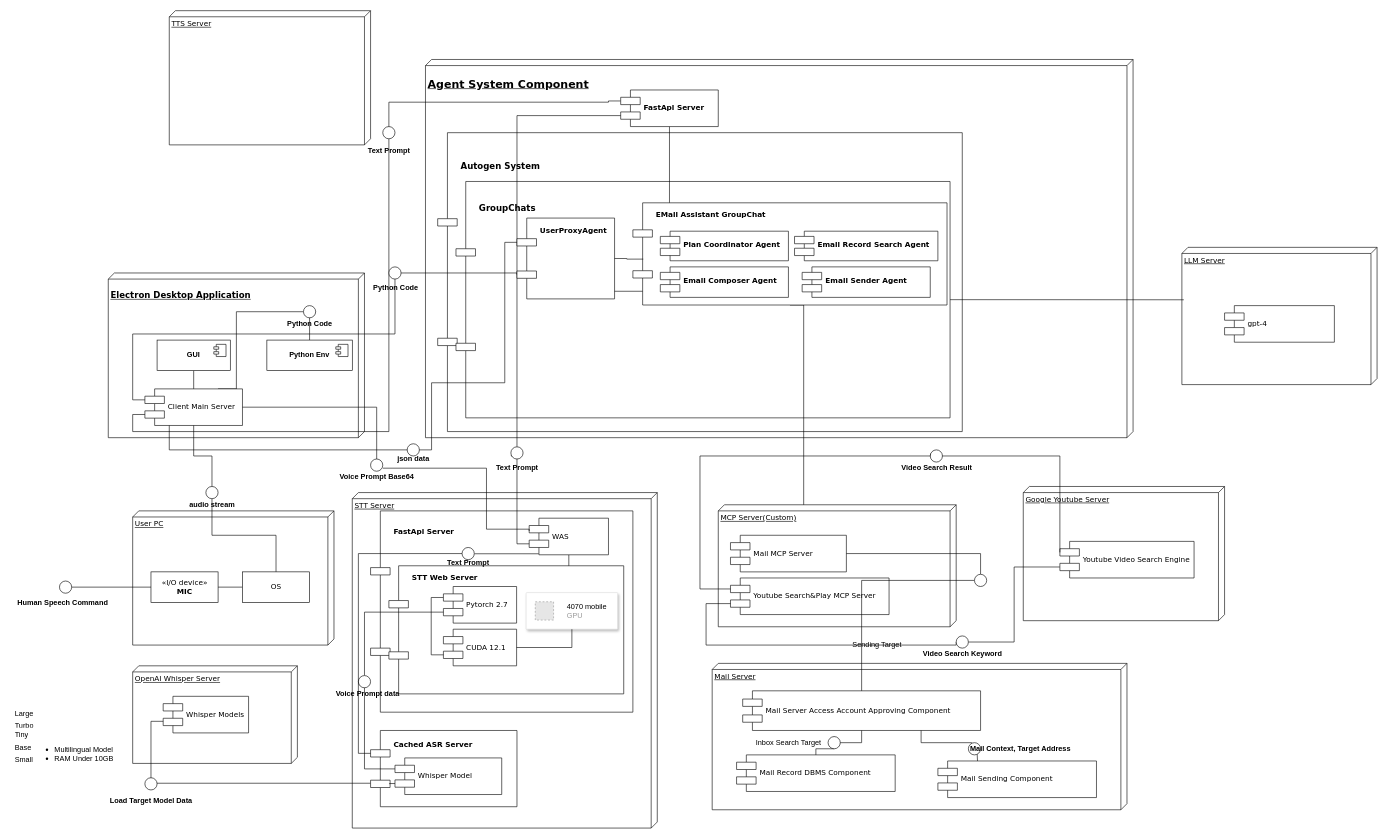
Earlier version of the draw.io diagram page "Page-1" (1 of 2) of Whole System Component Diagram.drawio (llooll20/testforgit). Source tidied: cells renumbered, new cells numbered last; positions are measured from the earlier drawing's top-left corner, leaving out a move shared by most shapes. Both pictures are drawn from the tidied source at 61%, with x=0, y=0 at pixel (10, 10). Pictures stored in the file or linked from it are replaced by grey dashed boxes.
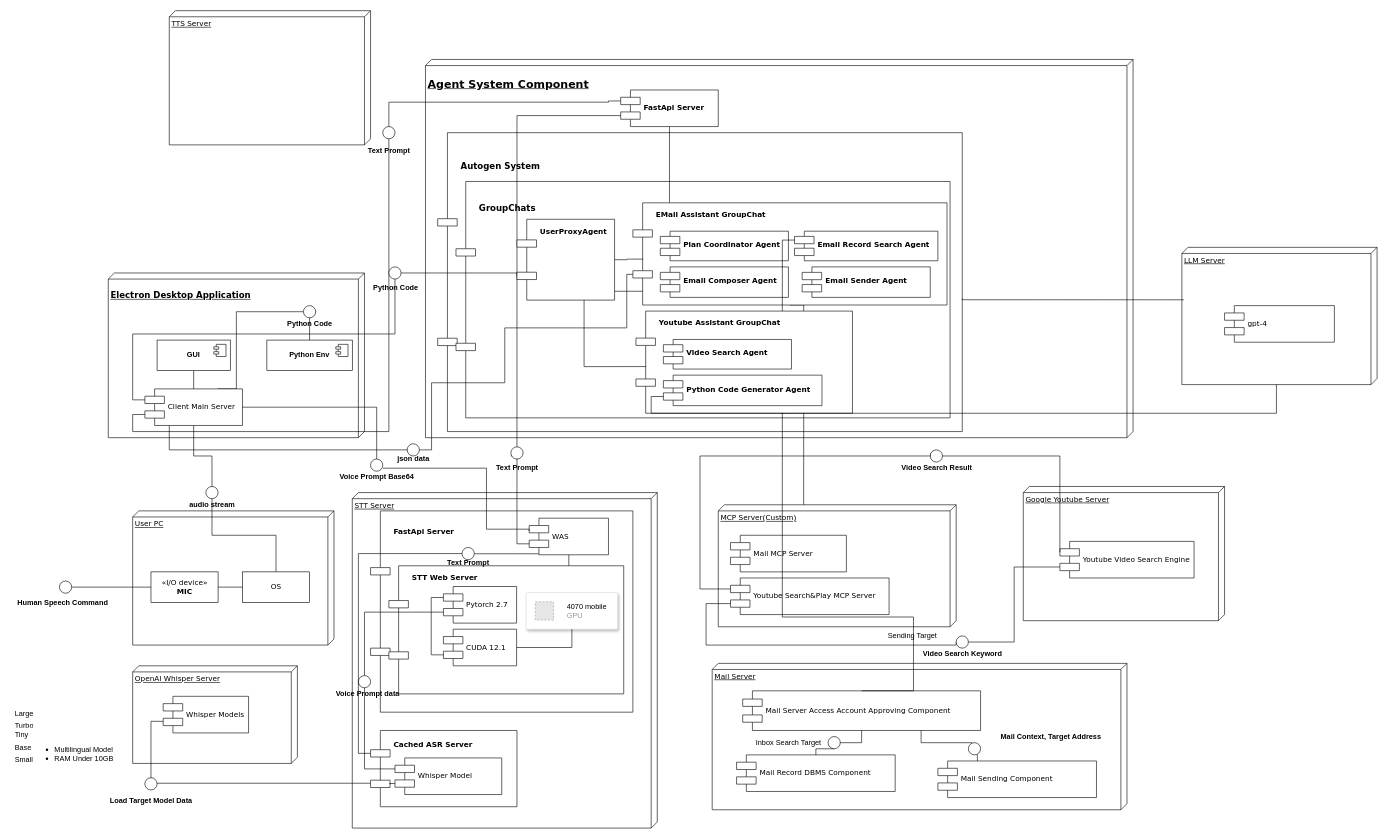
The same page after the edit.

The change refers to these unchanged cells:
```xml
<mxCell id="9" value="&lt;h3 style=&quot;padding-bottom: 380px;&quot;&gt;Autogen System&lt;/h3&gt;" style="shape=component;align=left;spacingLeft=36;rounded=0;shadow=0;comic=0;labelBackgroundColor=none;strokeWidth=1;fontFamily=Verdana;fontSize=12;html=1;" parent="1" vertex="1">
  <mxGeometry x="700" y="200" width="860" height="490" as="geometry" />
</mxCell>
<mxCell id="14" value="LLM Server" style="verticalAlign=top;align=left;spacingTop=8;spacingLeft=2;spacingRight=12;shape=cube;size=10;direction=south;fontStyle=4;html=1;rounded=0;shadow=0;comic=0;labelBackgroundColor=none;strokeWidth=1;fontFamily=Verdana;fontSize=12;" parent="1" vertex="1">
  <mxGeometry x="1920" y="388" width="320" height="225" as="geometry" />
</mxCell>
<mxCell id="33" value="Mail MCP Server" style="shape=component;align=left;spacingLeft=36;rounded=0;shadow=0;comic=0;labelBackgroundColor=none;strokeWidth=1;fontFamily=Verdana;fontSize=12;html=1;" parent="1" vertex="1">
  <mxGeometry x="1180" y="860" width="190" height="60" as="geometry" />
</mxCell>
<mxCell id="37" value="Client Main Server" style="shape=component;align=left;spacingLeft=36;rounded=0;shadow=0;comic=0;labelBackgroundColor=none;strokeWidth=1;fontFamily=Verdana;fontSize=12;html=1;" parent="1" vertex="1">
  <mxGeometry x="220" y="620" width="160" height="60" as="geometry" />
</mxCell>
<mxCell id="44" value="&lt;h3 style=&quot;padding-left: 0px; padding-bottom: 300px;&quot;&gt;GroupChats&lt;/h3&gt;" style="shape=component;align=left;spacingLeft=36;rounded=0;shadow=0;comic=0;labelBackgroundColor=none;strokeWidth=1;fontFamily=Verdana;fontSize=12;html=1;" parent="1" vertex="1">
  <mxGeometry x="730" y="280" width="810" height="387.5" as="geometry" />
</mxCell>
<mxCell id="79" value="Mail Server Access Account Approving Component" style="shape=component;align=left;spacingLeft=36;rounded=0;shadow=0;comic=0;labelBackgroundColor=none;strokeWidth=1;fontFamily=Verdana;fontSize=12;html=1;" parent="1" vertex="1">
  <mxGeometry x="1200" y="1115" width="390" height="65" as="geometry" />
</mxCell>
<mxCell id="95" value="&lt;h4 style=&quot;padding-bottom: 130px;&quot;&gt;EMail Assistant GroupChat&lt;/h4&gt;" style="shape=component;align=left;spacingLeft=36;rounded=0;shadow=0;comic=0;labelBackgroundColor=none;strokeWidth=1;fontFamily=Verdana;fontSize=12;html=1;" parent="1" vertex="1">
  <mxGeometry x="1020" y="315" width="515" height="167.5" as="geometry" />
</mxCell>
<mxCell id="100" value="&lt;h4 style=&quot;padding-bottom: 5px;&quot;&gt;Email Record Search Agent&lt;/h4&gt;" style="shape=component;align=left;spacingLeft=36;rounded=0;shadow=0;comic=0;labelBackgroundColor=none;strokeWidth=1;fontFamily=Verdana;fontSize=12;html=1;" parent="1" vertex="1">
  <mxGeometry x="1285" y="361.5" width="235" height="48.5" as="geometry" />
</mxCell>
```

The edit, as a diff of the source:
```diff
@@
-    <mxCell id="45" style="edgeStyle=orthogonalEdgeStyle;rounded=0;jettySize=auto;html=1;exitX=0;exitY=0.3;exitDx=0;exitDy=0;entryX=0.25;entryY=1;entryDx=0;entryDy=0;endArrow=none;startFill=0;" parent="1" edge="1" source="97" target="37">
+    <mxCell id="45" style="edgeStyle=orthogonalEdgeStyle;rounded=0;jettySize=auto;html=1;exitX=0;exitY=0.7;exitDx=0;exitDy=0;entryX=0.25;entryY=1;entryDx=0;entryDy=0;endArrow=none;startFill=0;" parent="1" edge="1" source="95" target="37">
       <mxGeometry relative="1" as="geometry">
         <Array as="points">
-          <mxPoint x="810" y="380" />
+          <mxPoint x="1010" y="432" />
+          <mxPoint x="1010" y="520" />
+          <mxPoint x="810" y="520" />
           <mxPoint x="810" y="610" />
           <mxPoint x="690" y="610" />
           <mxPoint x="690" y="720" />
           <mxPoint x="260" y="720" />
         </Array>
       </mxGeometry>
     </mxCell>
-    <mxCell id="46" style="edgeStyle=orthogonalEdgeStyle;rounded=0;jettySize=auto;html=1;endArrow=none;startFill=0;exitX=1;exitY=0.5;exitDx=0;exitDy=0;entryX=0.382;entryY=0.99;entryDx=0;entryDy=0;entryPerimeter=0;" parent="1" edge="1" source="44" target="14">
-      <mxGeometry relative="1" as="geometry" />
+    <mxCell id="46" style="edgeStyle=orthogonalEdgeStyle;rounded=0;jettySize=auto;html=1;endArrow=none;startFill=0;entryX=0.382;entryY=0.99;entryDx=0;entryDy=0;entryPerimeter=0;exitX=1;exitY=0.555;exitDx=0;exitDy=0;exitPerimeter=0;" parent="1" edge="1" source="9" target="14">
+      <mxGeometry relative="1" as="geometry">
+        <Array as="points">
+          <mxPoint x="1560" y="474" />
+        </Array>
+      </mxGeometry>
     </mxCell>
@@
-    <mxCell id="84" style="edgeStyle=orthogonalEdgeStyle;rounded=0;jettySize=auto;html=1;exitX=1;exitY=0.5;exitDx=0;exitDy=0;endArrow=none;startFill=0;" parent="1" edge="1" source="33" target="86">
-      <mxGeometry relative="1" as="geometry" />
-    </mxCell>
-    <mxCell id="85" style="edgeStyle=orthogonalEdgeStyle;rounded=0;jettySize=auto;html=1;exitX=0;exitY=0.5;exitDx=0;exitDy=0;endArrow=none;startFill=0;entryX=0.5;entryY=0;entryDx=0;entryDy=0;" parent="1" edge="1" source="86" target="79">
-      <mxGeometry relative="1" as="geometry" />
+    <mxCell id="85" style="edgeStyle=orthogonalEdgeStyle;rounded=0;jettySize=auto;html=1;exitX=0.5;exitY=1;exitDx=0;exitDy=0;endArrow=none;startFill=0;entryX=0.5;entryY=0;entryDx=0;entryDy=0;" parent="1" edge="1" source="86" target="79">
+      <mxGeometry relative="1" as="geometry">
+        <Array as="points">
+          <mxPoint x="1265" y="994" />
+          <mxPoint x="1480" y="994" />
+          <mxPoint x="1480" y="1115" />
+        </Array>
+      </mxGeometry>
     </mxCell>
     <mxCell id="86" style="ellipse;whiteSpace=wrap;html=1;rounded=0;shadow=0;comic=0;labelBackgroundColor=none;strokeWidth=1;fontFamily=Verdana;fontSize=12;align=center;" parent="1" vertex="1">
-      <mxGeometry x="1580" y="924" width="20" height="20" as="geometry" />
+      <mxGeometry x="1255" y="640" width="20" height="20" as="geometry" />
     </mxCell>
     <mxCell id="87" value="Sending Target" style="text;html=1;align=center;verticalAlign=middle;strokeColor=none;fillColor=none;" parent="1" vertex="1">
-      <mxGeometry x="1370" y="1025" width="100" height="30" as="geometry" />
+      <mxGeometry x="1427.5" y="1010" width="100" height="30" as="geometry" />
     </mxCell>
@@
     <mxCell id="91" value="&lt;h4&gt;Mail Context, Target Address&lt;/h4&gt;" style="text;html=1;align=center;verticalAlign=middle;strokeColor=none;fillColor=none;" parent="1" vertex="1">
-      <mxGeometry x="1560" y="1180" width="190" height="60" as="geometry" />
+      <mxGeometry x="1610" y="1160" width="190" height="60" as="geometry" />
     </mxCell>
@@
     <mxCell id="97" value="&lt;h4 style=&quot;padding-bottom: 90px;&quot;&gt;UserProxyAgent&lt;/h4&gt;" style="shape=component;align=left;spacingLeft=36;rounded=0;shadow=0;comic=0;labelBackgroundColor=none;strokeWidth=1;fontFamily=Verdana;fontSize=12;html=1;" parent="1" vertex="1">
-      <mxGeometry x="830" y="340" width="160" height="132.5" as="geometry" />
+      <mxGeometry x="830" y="342" width="160" height="132.5" as="geometry" />
     </mxCell>
@@
+    <mxCell id="84" style="edgeStyle=orthogonalEdgeStyle;rounded=0;jettySize=auto;html=1;endArrow=none;startFill=0;exitX=0;exitY=0.3;exitDx=0;exitDy=0;" parent="1" edge="1" source="100" target="86">
+      <mxGeometry relative="1" as="geometry" />
+    </mxCell>
+    <mxCell id="132" value="&lt;h4 style=&quot;padding-bottom: 130px;&quot;&gt;Youtube Assistant GroupChat&lt;/h4&gt;" style="shape=component;align=left;spacingLeft=36;rounded=0;shadow=0;comic=0;labelBackgroundColor=none;strokeWidth=1;fontFamily=Verdana;fontSize=12;html=1;" parent="1" vertex="1">
+      <mxGeometry x="1025" y="492.5" width="355" height="167.5" as="geometry" />
+    </mxCell>
+    <mxCell id="133" value="&lt;h4 style=&quot;padding-bottom: 5px;&quot;&gt;Video Search Agent&lt;/h4&gt;" style="shape=component;align=left;spacingLeft=36;rounded=0;shadow=0;comic=0;labelBackgroundColor=none;strokeWidth=1;fontFamily=Verdana;fontSize=12;html=1;" parent="1" vertex="1">
+      <mxGeometry x="1070" y="539" width="210" height="48.5" as="geometry" />
+    </mxCell>
+    <mxCell id="134" value="&lt;h4 style=&quot;padding-bottom: 5px;&quot;&gt;Python Code Generator Agent&lt;/h4&gt;" style="shape=component;align=left;spacingLeft=36;rounded=0;shadow=0;comic=0;labelBackgroundColor=none;strokeWidth=1;fontFamily=Verdana;fontSize=12;html=1;" parent="1" vertex="1">
+      <mxGeometry x="1070" y="597.5" width="260" height="50" as="geometry" />
+    </mxCell>
+    <mxCell id="135" style="edgeStyle=orthogonalEdgeStyle;rounded=0;jettySize=auto;html=1;entryX=0.047;entryY=0.543;entryDx=0;entryDy=0;entryPerimeter=0;endArrow=none;startFill=0;" parent="1" edge="1" source="97" target="132">
+      <mxGeometry relative="1" as="geometry">
+        <Array as="points">
+          <mxPoint x="940" y="584" />
+        </Array>
+      </mxGeometry>
+    </mxCell>
+    <mxCell id="136" style="edgeStyle=orthogonalEdgeStyle;rounded=0;jettySize=auto;html=1;exitX=0;exitY=0.7;exitDx=0;exitDy=0;entryX=0;entryY=0;entryDx=225;entryDy=165;entryPerimeter=0;fontFamily=Verdana;fontSize=12;fontColor=default;fontStyle=4;labelBackgroundColor=none;endArrow=none;startFill=0;" parent="1" edge="1" source="134" target="14">
+      <mxGeometry relative="1" as="geometry">
+        <Array as="points">
+          <mxPoint x="1050" y="632" />
+          <mxPoint x="1050" y="660" />
+          <mxPoint x="2075" y="660" />
+        </Array>
+      </mxGeometry>
+    </mxCell>
```
